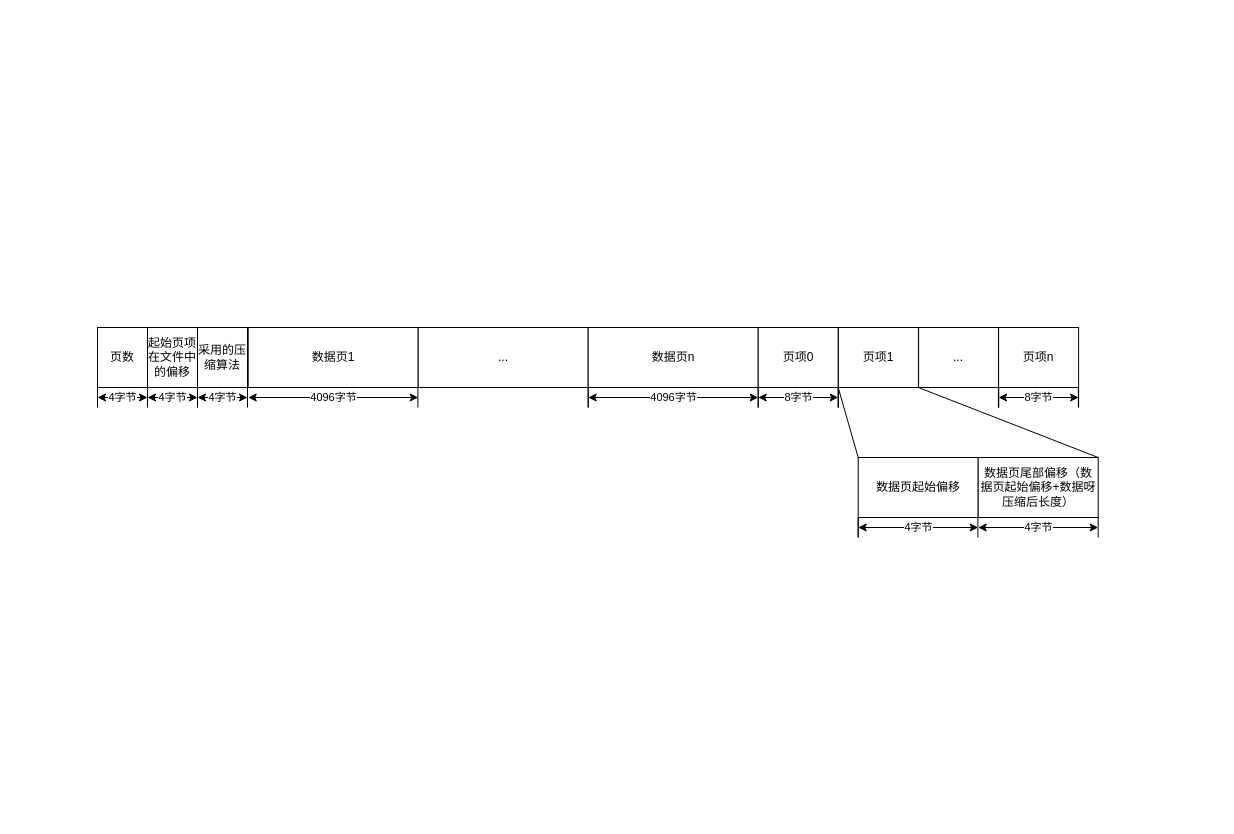
Above: 支持透明压缩的文件格式.drawio in gokucai/drawio_repo (draw.io), before the change. Source tidied: cells renumbered, new cells numbered last; positions are measured from the earlier drawing's top-left corner, leaving out a move shared by most shapes. Both pictures are drawn from the tidied source at 100%, with x=0, y=0 at pixel (17, 17).
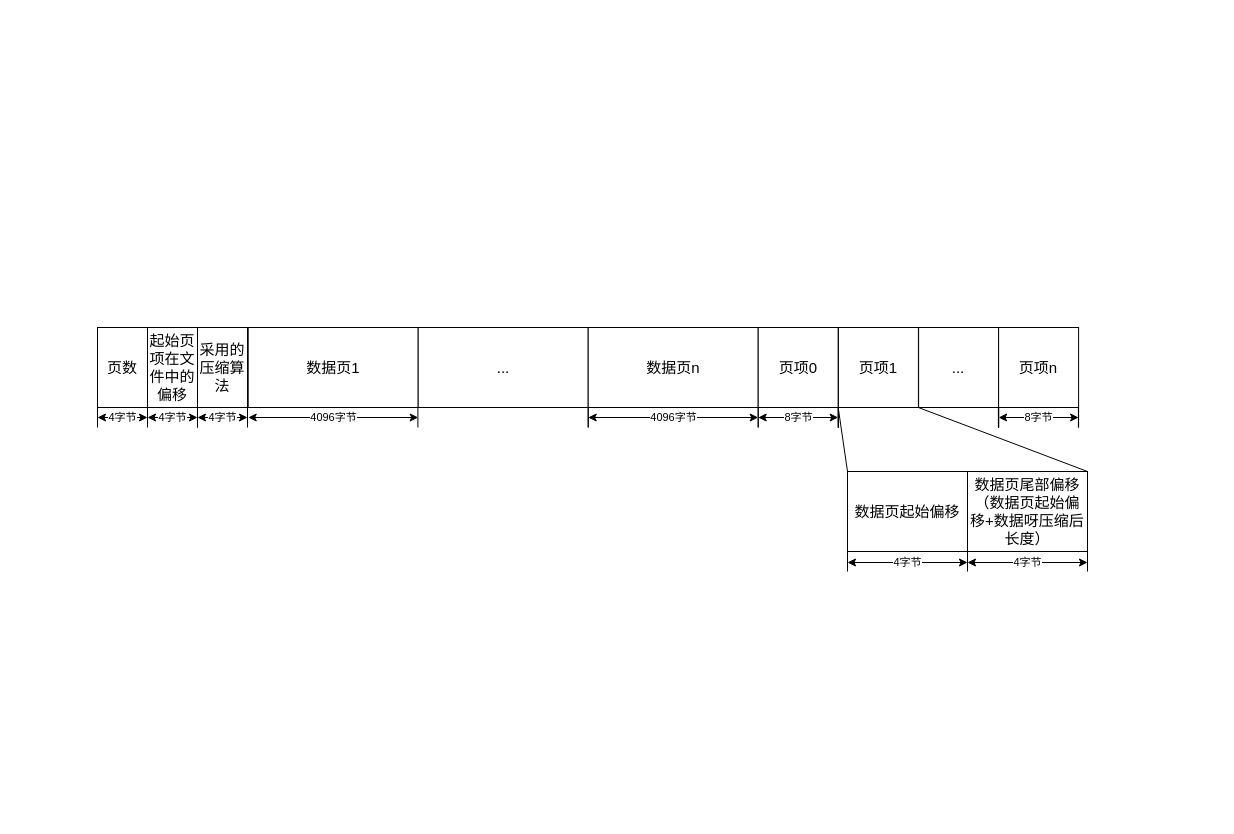
The same page after the edit.

Commit message:
更新支持透明压缩的文件格式.drawio

What changed in the source:
```diff
@@
+    <mxCell id="49" style="rounded=0;whiteSpace=wrap;html=1;fillColor=none;strokeColor=none;" parent="1" vertex="1">
+      <mxGeometry x="60" y="170" width="1030" height="460" as="geometry" />
+    </mxCell>
-    <mxCell id="2" value="页数" style="rounded=0;whiteSpace=wrap;html=1;" parent="1" vertex="1">
-      <mxGeometry x="80" y="310" width="50" height="60" as="geometry" />
+    <mxCell id="2" value="&lt;font style=&quot;font-size: 15px;&quot;&gt;页数&lt;/font&gt;" style="rounded=0;whiteSpace=wrap;html=1;" parent="1" vertex="1">
+      <mxGeometry x="80" y="310" width="50" height="80" as="geometry" />
     </mxCell>
-    <mxCell id="3" value="数据页1" style="rounded=0;whiteSpace=wrap;html=1;" parent="1" vertex="1">
-      <mxGeometry x="230.7" y="310" width="170" height="60" as="geometry" />
+    <mxCell id="3" value="数据页1" style="rounded=0;whiteSpace=wrap;html=1;fontSize=15;" parent="1" vertex="1">
+      <mxGeometry x="230.7" y="310" width="170" height="80" as="geometry" />
     </mxCell>
     <mxCell id="4" style="endArrow=none;html=1;rounded=0;" parent="1" edge="1">
       <mxGeometry relative="1" as="geometry">
-        <mxPoint x="80" y="390" as="sourcePoint" />
-        <mxPoint x="80" y="370" as="targetPoint" />
+        <mxPoint x="80" y="410" as="sourcePoint" />
+        <mxPoint x="80" y="390" as="targetPoint" />
       </mxGeometry>
     </mxCell>
     <mxCell id="5" value="4字节" style="endArrow=classic;startArrow=classic;html=1;rounded=0;" parent="1" edge="1">
       <mxGeometry relative="1" as="geometry">
-        <mxPoint x="80" y="380" as="sourcePoint" />
-        <mxPoint x="130" y="380" as="targetPoint" />
+        <mxPoint x="80" y="400" as="sourcePoint" />
+        <mxPoint x="130" y="400" as="targetPoint" />
       </mxGeometry>
     </mxCell>
     <mxCell id="6" style="endArrow=none;html=1;rounded=0;" parent="1" edge="1">
       <mxGeometry relative="1" as="geometry">
-        <mxPoint x="570.7" y="390" as="sourcePoint" />
-        <mxPoint x="570.7" y="370" as="targetPoint" />
+        <mxPoint x="570.7" y="410" as="sourcePoint" />
+        <mxPoint x="570.7" y="390" as="targetPoint" />
       </mxGeometry>
     </mxCell>
     <mxCell id="7" value="4096字节" style="endArrow=classic;startArrow=classic;html=1;rounded=0;" parent="1" edge="1">
       <mxGeometry relative="1" as="geometry">
-        <mxPoint x="230.7" y="380" as="sourcePoint" />
-        <mxPoint x="400.7" y="380" as="targetPoint" />
+        <mxPoint x="230.7" y="400" as="sourcePoint" />
+        <mxPoint x="400.7" y="400" as="targetPoint" />
         <Array as="points">
-          <mxPoint x="310.7" y="380" />
+          <mxPoint x="310.7" y="400" />
         </Array>
       </mxGeometry>
     </mxCell>
-    <mxCell id="8" value="..." style="rounded=0;whiteSpace=wrap;html=1;" parent="1" vertex="1">
-      <mxGeometry x="400.7" y="310" width="170" height="60" as="geometry" />
+    <mxCell id="8" value="..." style="rounded=0;whiteSpace=wrap;html=1;fontSize=15;" parent="1" vertex="1">
+      <mxGeometry x="400.7" y="310" width="170" height="80" as="geometry" />
     </mxCell>
     <mxCell id="9" style="endArrow=none;html=1;rounded=0;" parent="1" edge="1">
       <mxGeometry relative="1" as="geometry">
-        <mxPoint x="570.7" y="390" as="sourcePoint" />
-        <mxPoint x="570.7" y="370" as="targetPoint" />
+        <mxPoint x="570.7" y="410" as="sourcePoint" />
+        <mxPoint x="570.7" y="390" as="targetPoint" />
       </mxGeometry>
     </mxCell>
     <mxCell id="10" style="endArrow=none;html=1;rounded=0;" parent="1" edge="1">
       <mxGeometry relative="1" as="geometry">
-        <mxPoint x="740.7" y="390" as="sourcePoint" />
-        <mxPoint x="740.7" y="370" as="targetPoint" />
+        <mxPoint x="740.7" y="410" as="sourcePoint" />
+        <mxPoint x="740.7" y="390" as="targetPoint" />
       </mxGeometry>
     </mxCell>
     <mxCell id="11" value="4096字节" style="endArrow=classic;startArrow=classic;html=1;rounded=0;" parent="1" edge="1">
       <mxGeometry relative="1" as="geometry">
-        <mxPoint x="570.7" y="380" as="sourcePoint" />
-        <mxPoint x="740.7" y="380" as="targetPoint" />
+        <mxPoint x="570.7" y="400" as="sourcePoint" />
+        <mxPoint x="740.7" y="400" as="targetPoint" />
         <Array as="points">
-          <mxPoint x="650.7" y="380" />
+          <mxPoint x="650.7" y="400" />
         </Array>
       </mxGeometry>
     </mxCell>
-    <mxCell id="12" value="数据页n" style="rounded=0;whiteSpace=wrap;html=1;" parent="1" vertex="1">
-      <mxGeometry x="570.7" y="310" width="170" height="60" as="geometry" />
+    <mxCell id="12" value="数据页n" style="rounded=0;whiteSpace=wrap;html=1;fontSize=15;" parent="1" vertex="1">
+      <mxGeometry x="570.7" y="310" width="170" height="80" as="geometry" />
     </mxCell>
     <mxCell id="13" style="endArrow=none;html=1;rounded=0;" parent="1" edge="1">
       <mxGeometry relative="1" as="geometry">
-        <mxPoint x="400.4" y="390" as="sourcePoint" />
-        <mxPoint x="400.4" y="370" as="targetPoint" />
+        <mxPoint x="400.4" y="410" as="sourcePoint" />
+        <mxPoint x="400.4" y="390" as="targetPoint" />
       </mxGeometry>
     </mxCell>
-    <mxCell id="14" value="页项0" style="rounded=0;whiteSpace=wrap;html=1;" parent="1" vertex="1">
-      <mxGeometry x="740.7" y="310" width="80" height="60" as="geometry" />
+    <mxCell id="14" value="页项0" style="rounded=0;whiteSpace=wrap;html=1;fontSize=15;" parent="1" vertex="1">
+      <mxGeometry x="740.7" y="310" width="80" height="80" as="geometry" />
     </mxCell>
     <mxCell id="15" style="endArrow=none;html=1;rounded=0;" parent="1" edge="1">
       <mxGeometry relative="1" as="geometry">
-        <mxPoint x="740.7" y="390" as="sourcePoint" />
-        <mxPoint x="740.7" y="370" as="targetPoint" />
+        <mxPoint x="740.7" y="410" as="sourcePoint" />
+        <mxPoint x="740.7" y="390" as="targetPoint" />
       </mxGeometry>
     </mxCell>
     <mxCell id="16" value="8字节" style="endArrow=classic;startArrow=classic;html=1;rounded=0;" parent="1" edge="1">
       <mxGeometry relative="1" as="geometry">
-        <mxPoint x="740.7" y="380" as="sourcePoint" />
-        <mxPoint x="820.7" y="380" as="targetPoint" />
+        <mxPoint x="740.7" y="400" as="sourcePoint" />
+        <mxPoint x="820.7" y="400" as="targetPoint" />
       </mxGeometry>
     </mxCell>
-    <mxCell id="17" value="..." style="rounded=0;whiteSpace=wrap;html=1;" parent="1" vertex="1">
-      <mxGeometry x="901.1" y="310" width="80" height="60" as="geometry" />
+    <mxCell id="17" value="..." style="rounded=0;whiteSpace=wrap;html=1;fontSize=15;" parent="1" vertex="1">
+      <mxGeometry x="901.1" y="310" width="80" height="80" as="geometry" />
     </mxCell>
     <mxCell id="18" style="endArrow=none;html=1;rounded=0;" parent="1" edge="1">
       <mxGeometry relative="1" as="geometry">
-        <mxPoint x="981.1" y="390" as="sourcePoint" />
-        <mxPoint x="981.1" y="370" as="targetPoint" />
+        <mxPoint x="981.1" y="410" as="sourcePoint" />
+        <mxPoint x="981.1" y="390" as="targetPoint" />
       </mxGeometry>
     </mxCell>
     <mxCell id="19" style="endArrow=none;html=1;rounded=0;" parent="1" edge="1">
       <mxGeometry relative="1" as="geometry">
-        <mxPoint x="980.9" y="390" as="sourcePoint" />
-        <mxPoint x="980.9" y="370" as="targetPoint" />
+        <mxPoint x="980.9" y="410" as="sourcePoint" />
+        <mxPoint x="980.9" y="390" as="targetPoint" />
       </mxGeometry>
     </mxCell>
     <mxCell id="20" style="endArrow=none;html=1;rounded=0;" parent="1" edge="1">
       <mxGeometry relative="1" as="geometry">
-        <mxPoint x="981.1" y="390" as="sourcePoint" />
-        <mxPoint x="981.1" y="370" as="targetPoint" />
+        <mxPoint x="981.1" y="410" as="sourcePoint" />
+        <mxPoint x="981.1" y="390" as="targetPoint" />
       </mxGeometry>
     </mxCell>
-    <mxCell id="21" value="页项n" style="rounded=0;whiteSpace=wrap;html=1;" parent="1" vertex="1">
-      <mxGeometry x="981.1" y="310" width="80" height="60" as="geometry" />
+    <mxCell id="21" value="页项n" style="rounded=0;whiteSpace=wrap;html=1;fontSize=15;" parent="1" vertex="1">
+      <mxGeometry x="981.1" y="310" width="80" height="80" as="geometry" />
     </mxCell>
     <mxCell id="22" style="endArrow=none;html=1;rounded=0;" parent="1" edge="1">
       <mxGeometry relative="1" as="geometry">
-        <mxPoint x="981.1" y="390" as="sourcePoint" />
-        <mxPoint x="981.1" y="370" as="targetPoint" />
+        <mxPoint x="981.1" y="410" as="sourcePoint" />
+        <mxPoint x="981.1" y="390" as="targetPoint" />
       </mxGeometry>
     </mxCell>
     <mxCell id="23" style="endArrow=none;html=1;rounded=0;" parent="1" edge="1">
       <mxGeometry relative="1" as="geometry">
-        <mxPoint x="1061.1" y="390" as="sourcePoint" />
-        <mxPoint x="1061.1" y="370" as="targetPoint" />
+        <mxPoint x="1061.1" y="410" as="sourcePoint" />
+        <mxPoint x="1061.1" y="390" as="targetPoint" />
       </mxGeometry>
     </mxCell>
     <mxCell id="24" value="8字节" style="endArrow=classic;startArrow=classic;html=1;rounded=0;" parent="1" edge="1">
       <mxGeometry relative="1" as="geometry">
-        <mxPoint x="981.1" y="380" as="sourcePoint" />
-        <mxPoint x="1061.1" y="380" as="targetPoint" />
+        <mxPoint x="981.1" y="400" as="sourcePoint" />
+        <mxPoint x="1061.1" y="400" as="targetPoint" />
       </mxGeometry>
     </mxCell>
     <mxCell id="25" style="endArrow=none;html=1;rounded=0;" parent="1" edge="1">
       <mxGeometry relative="1" as="geometry">
-        <mxPoint x="1060.9" y="390" as="sourcePoint" />
-        <mxPoint x="1060.9" y="370" as="targetPoint" />
+        <mxPoint x="1060.9" y="410" as="sourcePoint" />
+        <mxPoint x="1060.9" y="390" as="targetPoint" />
       </mxGeometry>
     </mxCell>
     <mxCell id="26" style="endArrow=none;html=1;rounded=0;" parent="1" edge="1">
       <mxGeometry relative="1" as="geometry">
-        <mxPoint x="820.9" y="390" as="sourcePoint" />
-        <mxPoint x="820.9" y="370" as="targetPoint" />
+        <mxPoint x="820.9" y="410" as="sourcePoint" />
+        <mxPoint x="820.9" y="390" as="targetPoint" />
       </mxGeometry>
     </mxCell>
     <mxCell id="27" style="endArrow=none;html=1;rounded=0;" parent="1" edge="1">
       <mxGeometry relative="1" as="geometry">
-        <mxPoint x="820.7" y="390" as="sourcePoint" />
-        <mxPoint x="820.7" y="370" as="targetPoint" />
+        <mxPoint x="820.7" y="410" as="sourcePoint" />
+        <mxPoint x="820.7" y="390" as="targetPoint" />
       </mxGeometry>
     </mxCell>
     <mxCell id="28" style="endArrow=none;html=1;rounded=0;" parent="1" edge="1">
       <mxGeometry relative="1" as="geometry">
-        <mxPoint x="820.9" y="390" as="sourcePoint" />
-        <mxPoint x="820.9" y="370" as="targetPoint" />
+        <mxPoint x="820.9" y="410" as="sourcePoint" />
+        <mxPoint x="820.9" y="390" as="targetPoint" />
       </mxGeometry>
     </mxCell>
-    <mxCell id="29" value="页项1" style="rounded=0;whiteSpace=wrap;html=1;" parent="1" vertex="1">
-      <mxGeometry x="820.9" y="310" width="80" height="60" as="geometry" />
+    <mxCell id="29" value="页项1" style="rounded=0;whiteSpace=wrap;html=1;fontSize=15;" parent="1" vertex="1">
+      <mxGeometry x="820.9" y="310" width="80" height="80" as="geometry" />
     </mxCell>
     <mxCell id="30" style="endArrow=none;html=1;rounded=0;" parent="1" edge="1">
       <mxGeometry relative="1" as="geometry">
-        <mxPoint x="820.9" y="390" as="sourcePoint" />
-        <mxPoint x="820.9" y="370" as="targetPoint" />
+        <mxPoint x="820.9" y="410" as="sourcePoint" />
+        <mxPoint x="820.9" y="390" as="targetPoint" />
       </mxGeometry>
     </mxCell>
     <mxCell id="31" style="endArrow=none;html=1;rounded=0;exitX=0;exitY=0;exitDx=0;exitDy=0;" parent="1" edge="1" source="32">
       <mxGeometry relative="1" as="geometry">
-        <mxPoint x="820.7" y="370" as="targetPoint" />
+        <mxPoint x="820.7" y="390" as="targetPoint" />
       </mxGeometry>
     </mxCell>
-    <mxCell id="32" value="数据页起始偏移" style="rounded=0;whiteSpace=wrap;html=1;" parent="1" vertex="1">
-      <mxGeometry x="840.7" y="440" width="120" height="60" as="geometry" />
+    <mxCell id="32" value="数据页起始偏移" style="rounded=0;whiteSpace=wrap;html=1;fontSize=15;" parent="1" vertex="1">
+      <mxGeometry x="830" y="454" width="120" height="80" as="geometry" />
     </mxCell>
-    <mxCell id="33" value="数据页尾部偏移（数据页起始偏移+数据呀压缩后长度）" style="rounded=0;whiteSpace=wrap;html=1;" parent="1" vertex="1">
-      <mxGeometry x="960.7" y="440" width="120" height="60" as="geometry" />
+    <mxCell id="33" value="数据页尾部偏移（数据页起始偏移+数据呀压缩后长度）" style="rounded=0;whiteSpace=wrap;html=1;fontSize=15;" parent="1" vertex="1">
+      <mxGeometry x="950" y="454" width="120" height="80" as="geometry" />
     </mxCell>
-    <mxCell id="34" value="起始页项在文件中的偏移" style="rounded=0;whiteSpace=wrap;html=1;" parent="1" vertex="1">
-      <mxGeometry x="130" y="310" width="50" height="60" as="geometry" />
+    <mxCell id="34" value="&lt;font style=&quot;font-size: 15px;&quot;&gt;起始页项在文件中的偏移&lt;/font&gt;" style="rounded=0;whiteSpace=wrap;html=1;" parent="1" vertex="1">
+      <mxGeometry x="130" y="310" width="50" height="80" as="geometry" />
     </mxCell>
     <mxCell id="35" style="endArrow=none;html=1;rounded=0;" parent="1" edge="1">
       <mxGeometry relative="1" as="geometry">
-        <mxPoint x="130" y="390" as="sourcePoint" />
-        <mxPoint x="130" y="370" as="targetPoint" />
+        <mxPoint x="130" y="410" as="sourcePoint" />
+        <mxPoint x="130" y="390" as="targetPoint" />
       </mxGeometry>
     </mxCell>
     <mxCell id="36" value="4字节" style="endArrow=classic;startArrow=classic;html=1;rounded=0;" parent="1" edge="1">
       <mxGeometry relative="1" as="geometry">
-        <mxPoint x="130" y="380" as="sourcePoint" />
-        <mxPoint x="180" y="380" as="targetPoint" />
+        <mxPoint x="130" y="400" as="sourcePoint" />
+        <mxPoint x="180" y="400" as="targetPoint" />
       </mxGeometry>
     </mxCell>
     <mxCell id="37" style="endArrow=none;html=1;rounded=0;" parent="1" edge="1">
       <mxGeometry relative="1" as="geometry">
-        <mxPoint x="180" y="390" as="sourcePoint" />
-        <mxPoint x="180" y="370" as="targetPoint" />
+        <mxPoint x="180" y="410" as="sourcePoint" />
+        <mxPoint x="180" y="390" as="targetPoint" />
       </mxGeometry>
     </mxCell>
-    <mxCell id="38" value="采用的压缩算法" style="rounded=0;whiteSpace=wrap;html=1;" parent="1" vertex="1">
-      <mxGeometry x="180" y="310" width="50" height="60" as="geometry" />
+    <mxCell id="38" value="采用的压缩算法" style="rounded=0;whiteSpace=wrap;html=1;fontSize=15;" parent="1" vertex="1">
+      <mxGeometry x="180" y="310" width="50" height="80" as="geometry" />
     </mxCell>
     <mxCell id="39" style="endArrow=none;html=1;rounded=0;" parent="1" edge="1">
       <mxGeometry relative="1" as="geometry">
-        <mxPoint x="180" y="390" as="sourcePoint" />
-        <mxPoint x="180" y="370" as="targetPoint" />
+        <mxPoint x="180" y="410" as="sourcePoint" />
+        <mxPoint x="180" y="390" as="targetPoint" />
       </mxGeometry>
     </mxCell>
     <mxCell id="40" value="4字节" style="endArrow=classic;startArrow=classic;html=1;rounded=0;" parent="1" edge="1">
       <mxGeometry relative="1" as="geometry">
-        <mxPoint x="180" y="380" as="sourcePoint" />
-        <mxPoint x="230" y="380" as="targetPoint" />
+        <mxPoint x="180" y="400" as="sourcePoint" />
+        <mxPoint x="230" y="400" as="targetPoint" />
       </mxGeometry>
     </mxCell>
     <mxCell id="41" style="endArrow=none;html=1;rounded=0;" parent="1" edge="1">
       <mxGeometry relative="1" as="geometry">
-        <mxPoint x="230" y="390" as="sourcePoint" />
-        <mxPoint x="230" y="370" as="targetPoint" />
+        <mxPoint x="230" y="410" as="sourcePoint" />
+        <mxPoint x="230" y="390" as="targetPoint" />
       </mxGeometry>
     </mxCell>
@@
-    <mxCell id="43" style="endArrow=none;html=1;rounded=0;" parent="1" edge="1">
-      <mxGeometry relative="1" as="geometry">
-        <mxPoint x="840.7" y="520" as="sourcePoint" />
-        <mxPoint x="840.7" y="500" as="targetPoint" />
-      </mxGeometry>
-    </mxCell>
-    <mxCell id="44" style="endArrow=none;html=1;rounded=0;" parent="1" edge="1">
-      <mxGeometry relative="1" as="geometry">
-        <mxPoint x="840.7" y="520" as="sourcePoint" />
-        <mxPoint x="840.7" y="500" as="targetPoint" />
-      </mxGeometry>
-    </mxCell>
     <mxCell id="45" value="4字节" style="endArrow=classic;startArrow=classic;html=1;rounded=0;" parent="1" edge="1">
       <mxGeometry relative="1" as="geometry">
-        <mxPoint x="840.7" y="510" as="sourcePoint" />
-        <mxPoint x="960.7" y="510" as="targetPoint" />
+        <mxPoint x="830" y="545" as="sourcePoint" />
+        <mxPoint x="950" y="545" as="targetPoint" />
       </mxGeometry>
     </mxCell>
     <mxCell id="46" style="endArrow=none;html=1;rounded=0;" parent="1" edge="1">
       <mxGeometry relative="1" as="geometry">
-        <mxPoint x="1080.7" y="520" as="sourcePoint" />
-        <mxPoint x="1080.7" y="500" as="targetPoint" />
+        <mxPoint x="1070" y="554" as="sourcePoint" />
+        <mxPoint x="1070" y="534" as="targetPoint" />
       </mxGeometry>
     </mxCell>
     <mxCell id="47" style="endArrow=none;html=1;rounded=0;" parent="1" edge="1">
       <mxGeometry relative="1" as="geometry">
-        <mxPoint x="960.4" y="520" as="sourcePoint" />
-        <mxPoint x="960.4" y="500" as="targetPoint" />
+        <mxPoint x="950" y="554" as="sourcePoint" />
+        <mxPoint x="950" y="534" as="targetPoint" />
       </mxGeometry>
     </mxCell>
     <mxCell id="48" value="4字节" style="endArrow=classic;startArrow=classic;html=1;rounded=0;" parent="1" edge="1">
       <mxGeometry relative="1" as="geometry">
-        <mxPoint x="960.7" y="510" as="sourcePoint" />
-        <mxPoint x="1080.7" y="510" as="targetPoint" />
+        <mxPoint x="950" y="545" as="sourcePoint" />
+        <mxPoint x="1070" y="545" as="targetPoint" />
       </mxGeometry>
     </mxCell>
-    <mxCell id="49" style="rounded=0;whiteSpace=wrap;html=1;fillColor=none;strokeColor=none;" parent="1" vertex="1">
-      <mxGeometry width="1200" height="800" as="geometry" />
-    </mxCell>
+    <mxCell id="50" style="endArrow=none;html=1;rounded=0;" parent="1" edge="1">
+      <mxGeometry relative="1" as="geometry">
+        <mxPoint x="830" y="554" as="sourcePoint" />
+        <mxPoint x="830" y="534" as="targetPoint" />
+      </mxGeometry>
+    </mxCell>
```
